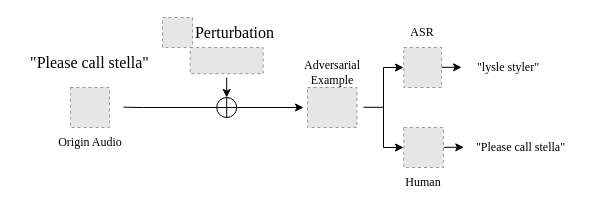
Above: 对抗扰动.drawio in Momoyeyu/Draw.io-Repo (draw.io), before the change. Source tidied: cells renumbered, new cells numbered last; positions are measured from the earlier drawing's top-left corner, leaving out a move shared by most shapes. Both pictures are drawn from the tidied source at 100%, with x=0, y=0 at pixel (17, 17). Pictures stored in the file or linked from it are replaced by grey dashed boxes.
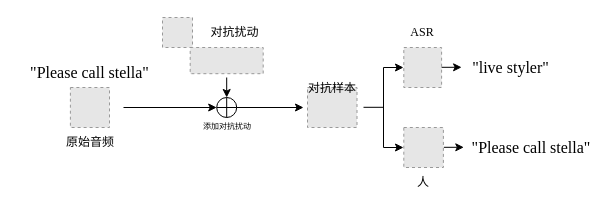
After the change.

Commit message:
更新对抗扰动.drawio

The change refers to these unchanged cells:
```xml
<mxCell id="5" style="verticalLabelPosition=bottom;verticalAlign=top;html=1;shape=mxgraph.flowchart.summing_function;" parent="1" vertex="1">
  <mxGeometry x="199.2" y="80" width="20" height="20" as="geometry" />
</mxCell>
```

What changed in the source:
```diff
@@
-    <mxCell id="2" style="endArrow=none;html=1;rounded=0;entryX=0;entryY=0.5;entryDx=0;entryDy=0;entryPerimeter=0;" parent="1" edge="1" target="5">
-      <mxGeometry relative="1" as="geometry">
-        <mxPoint x="106" y="89.7" as="sourcePoint" />
-        <Array as="points">
-          <mxPoint x="126" y="90" />
-        </Array>
-      </mxGeometry>
-    </mxCell>
-    <mxCell id="3" value="&lt;font face=&quot;Times New Roman&quot; style=&quot;font-size: 16px;&quot;&gt;&quot;Please call stella&quot;&lt;/font&gt;" style="text;html=1;align=center;verticalAlign=middle;whiteSpace=wrap;rounded=0;" parent="1" vertex="1">
-      <mxGeometry y="30" width="145" height="30" as="geometry" />
+    <mxCell id="3" value="&lt;font face=&quot;Times New Roman&quot; style=&quot;font-size: 16px;&quot;&gt;&quot;Please call stella&quot;&lt;/font&gt;" style="text;html=1;align=center;verticalAlign=middle;whiteSpace=wrap;rounded=0;fontSize=14;" parent="1" vertex="1">
+      <mxGeometry y="40" width="145" height="30" as="geometry" />
     </mxCell>
-    <mxCell id="4" value="&lt;font face=&quot;Times New Roman&quot;&gt;Origin Audio&lt;/font&gt;" style="text;html=1;align=center;verticalAlign=middle;whiteSpace=wrap;rounded=0;" parent="1" vertex="1">
+    <mxCell id="4" value="&lt;font face=&quot;Times New Roman&quot;&gt;原始音频&lt;/font&gt;" style="text;html=1;align=center;verticalAlign=middle;whiteSpace=wrap;rounded=0;" parent="1" vertex="1">
       <mxGeometry x="35.7" y="110" width="73.5" height="30" as="geometry" />
     </mxCell>
@@
-    <mxCell id="7" value="&lt;span style=&quot;text-align: left;&quot;&gt;&quot;lysle styler&quot;&lt;/span&gt;" style="text;html=1;align=center;verticalAlign=middle;whiteSpace=wrap;rounded=0;fontFamily=Times New Roman;" parent="1" vertex="1">
-      <mxGeometry x="456" y="35" width="70" height="30" as="geometry" />
+    <mxCell id="7" value="&lt;span style=&quot;text-align: left;&quot;&gt;&lt;font style=&quot;font-size: 16px;&quot;&gt;&quot;live styler&quot;&lt;/font&gt;&lt;/span&gt;" style="text;html=1;align=center;verticalAlign=middle;whiteSpace=wrap;rounded=0;fontFamily=Times New Roman;fontSize=14;" parent="1" vertex="1">
+      <mxGeometry x="453" y="35" width="81" height="30" as="geometry" />
     </mxCell>
@@
-    <mxCell id="13" value="&lt;font face=&quot;Times New Roman&quot; style=&quot;font-size: 16px;&quot;&gt;Perturbation&lt;/font&gt;" style="text;html=1;align=center;verticalAlign=middle;whiteSpace=wrap;rounded=0;" parent="1" vertex="1">
+    <mxCell id="13" value="&lt;font style=&quot;font-size: 12px;&quot;&gt;对抗扰动&lt;/font&gt;" style="text;html=1;align=center;verticalAlign=middle;whiteSpace=wrap;rounded=0;fontFamily=Helvetica;" parent="1" vertex="1">
       <mxGeometry x="145" width="145" height="30" as="geometry" />
     </mxCell>
@@
-    <mxCell id="22" value="Human" style="text;html=1;align=center;verticalAlign=middle;whiteSpace=wrap;rounded=0;fontFamily=Times New Roman;" parent="1" vertex="1">
+    <mxCell id="22" value="人" style="text;html=1;align=center;verticalAlign=middle;whiteSpace=wrap;rounded=0;fontFamily=Times New Roman;" parent="1" vertex="1">
       <mxGeometry x="376.1" y="150" width="60" height="30" as="geometry" />
     </mxCell>
@@
-    <mxCell id="24" value="Adversarial&lt;br&gt;Example" style="text;html=1;align=center;verticalAlign=middle;whiteSpace=wrap;rounded=0;fontFamily=Times New Roman;" parent="1" vertex="1">
-      <mxGeometry x="284.7" y="40" width="60" height="30" as="geometry" />
+    <mxCell id="24" value="对抗样本" style="text;html=1;align=center;verticalAlign=middle;whiteSpace=wrap;rounded=0;fontFamily=Times New Roman;" parent="1" vertex="1">
+      <mxGeometry x="284.7" y="56.2" width="60" height="30" as="geometry" />
     </mxCell>
-    <mxCell id="25" value="&lt;font face=&quot;Times New Roman&quot; style=&quot;font-size: 12px;&quot;&gt;&quot;Please call stella&quot;&lt;/font&gt;" style="text;html=1;align=center;verticalAlign=middle;whiteSpace=wrap;rounded=0;" parent="1" vertex="1">
-      <mxGeometry x="456" y="115" width="95" height="30" as="geometry" />
+    <mxCell id="25" value="&lt;font face=&quot;Times New Roman&quot; style=&quot;font-size: 16px;&quot;&gt;&quot;Please call stella&quot;&lt;/font&gt;" style="text;html=1;align=center;verticalAlign=middle;whiteSpace=wrap;rounded=0;fontSize=16;" parent="1" vertex="1">
+      <mxGeometry x="453" y="115" width="122" height="30" as="geometry" />
     </mxCell>
+    <mxCell id="26" style="endArrow=classic;html=1;rounded=0;entryX=0;entryY=0.5;entryDx=0;entryDy=0;entryPerimeter=0;" parent="1" edge="1" target="5">
+      <mxGeometry relative="1" as="geometry">
+        <mxPoint x="106" y="90" as="sourcePoint" />
+      </mxGeometry>
+    </mxCell>
+    <mxCell id="27" value="添加对抗扰动" style="text;html=1;align=center;verticalAlign=middle;whiteSpace=wrap;rounded=0;fontFamily=Times New Roman;fontSize=8;" parent="1" vertex="1">
+      <mxGeometry x="140" y="94" width="140" height="30" as="geometry" />
+    </mxCell>
```
